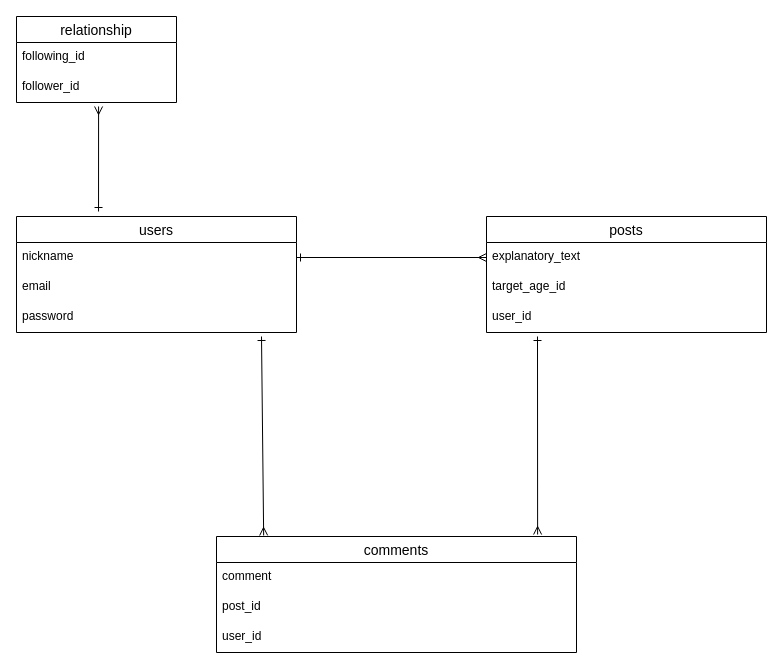
Before: original-39671.dio in tomoya0827/original-39671, a draw.io diagram. Source tidied: cells renumbered, new cells numbered last; positions are measured from the earlier drawing's top-left corner, leaving out a move shared by most shapes. Both pictures are drawn from the tidied source at 100%, with x=0, y=0 at pixel (16, 16).
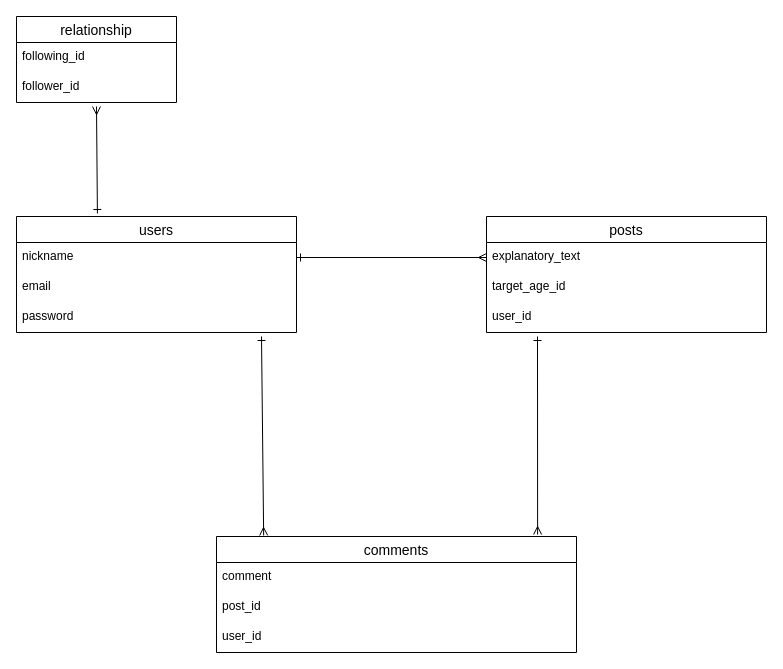
The same page after the edit.

The change refers to these unchanged cells:
```xml
<mxCell id="2" value="users" style="swimlane;fontStyle=0;horizontal=1;startSize=26;align=center;fontSize=14;" parent="1" vertex="1">
  <mxGeometry y="200" width="280" height="116" as="geometry" />
</mxCell>
<mxCell id="19" value="follower_id" style="text;strokeColor=none;fillColor=none;spacingLeft=4;spacingRight=4;overflow=hidden;points=[[0,0.5],[1,0.5]];portConstraint=eastwest;fontSize=12;" parent="17" vertex="1">
  <mxGeometry y="56" width="160" height="30" as="geometry" />
</mxCell>
```

What changed in the source:
```diff
@@
-    <mxCell id="20" style="endArrow=ERone;html=1;rounded=0;exitX=0.513;exitY=1.133;exitDx=0;exitDy=0;exitPerimeter=0;entryX=0.293;entryY=-0.043;entryDx=0;entryDy=0;entryPerimeter=0;startArrow=ERmany;startFill=0;endFill=0;" parent="1" edge="1" source="19" target="2">
-      <mxGeometry relative="1" as="geometry" />
+    <mxCell id="20" style="endArrow=ERone;html=1;rounded=0;startArrow=ERmany;startFill=0;endFill=0;entryX=0.289;entryY=-0.026;entryDx=0;entryDy=0;entryPerimeter=0;" parent="1" edge="1" target="2">
+      <mxGeometry relative="1" as="geometry">
+        <mxPoint x="80" y="90" as="sourcePoint" />
+      </mxGeometry>
     </mxCell>
```
